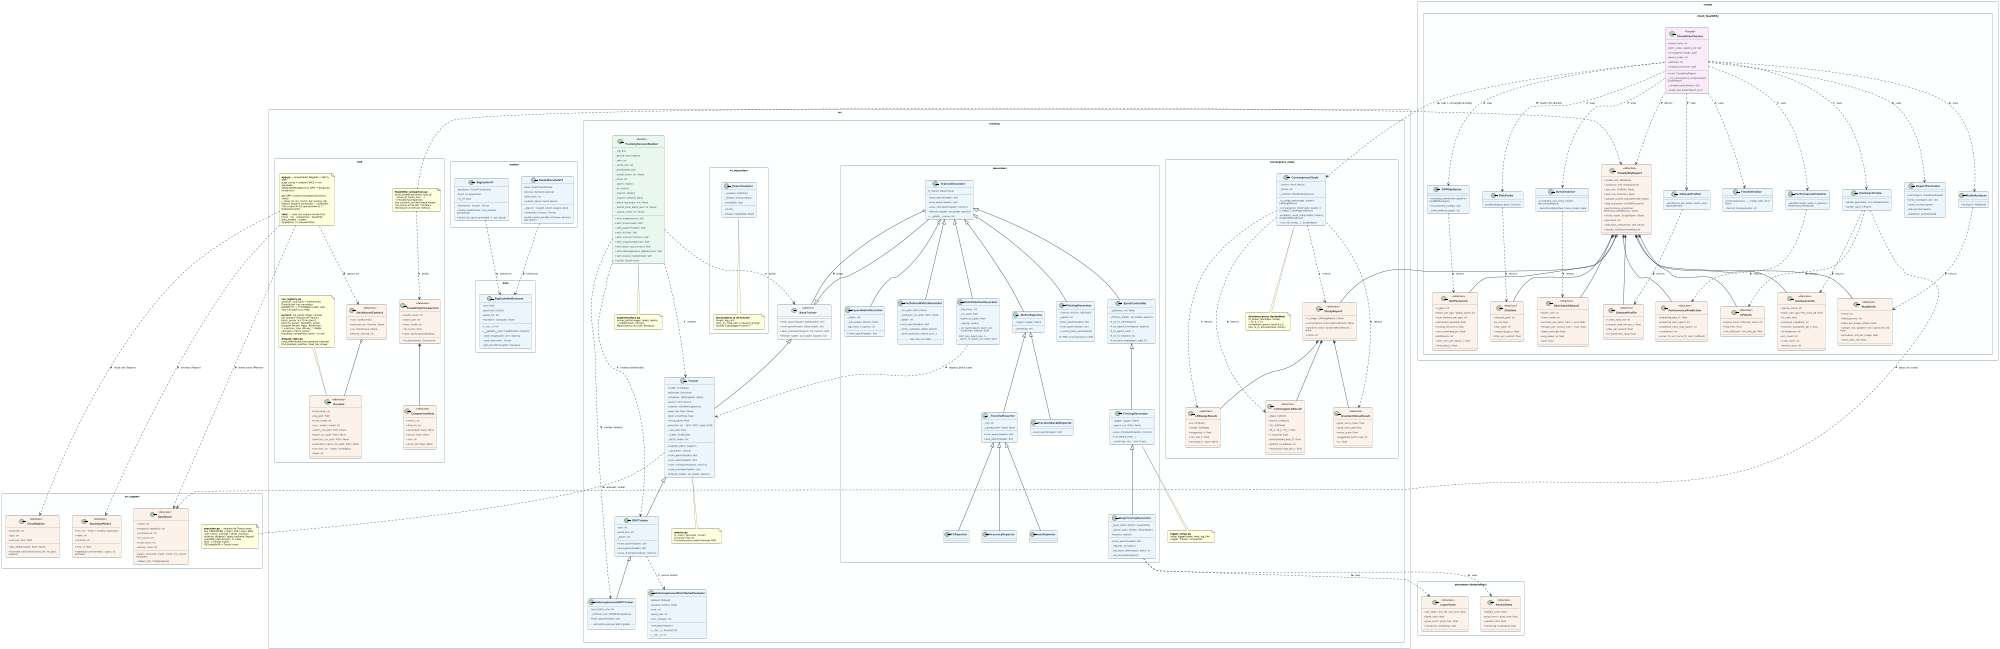
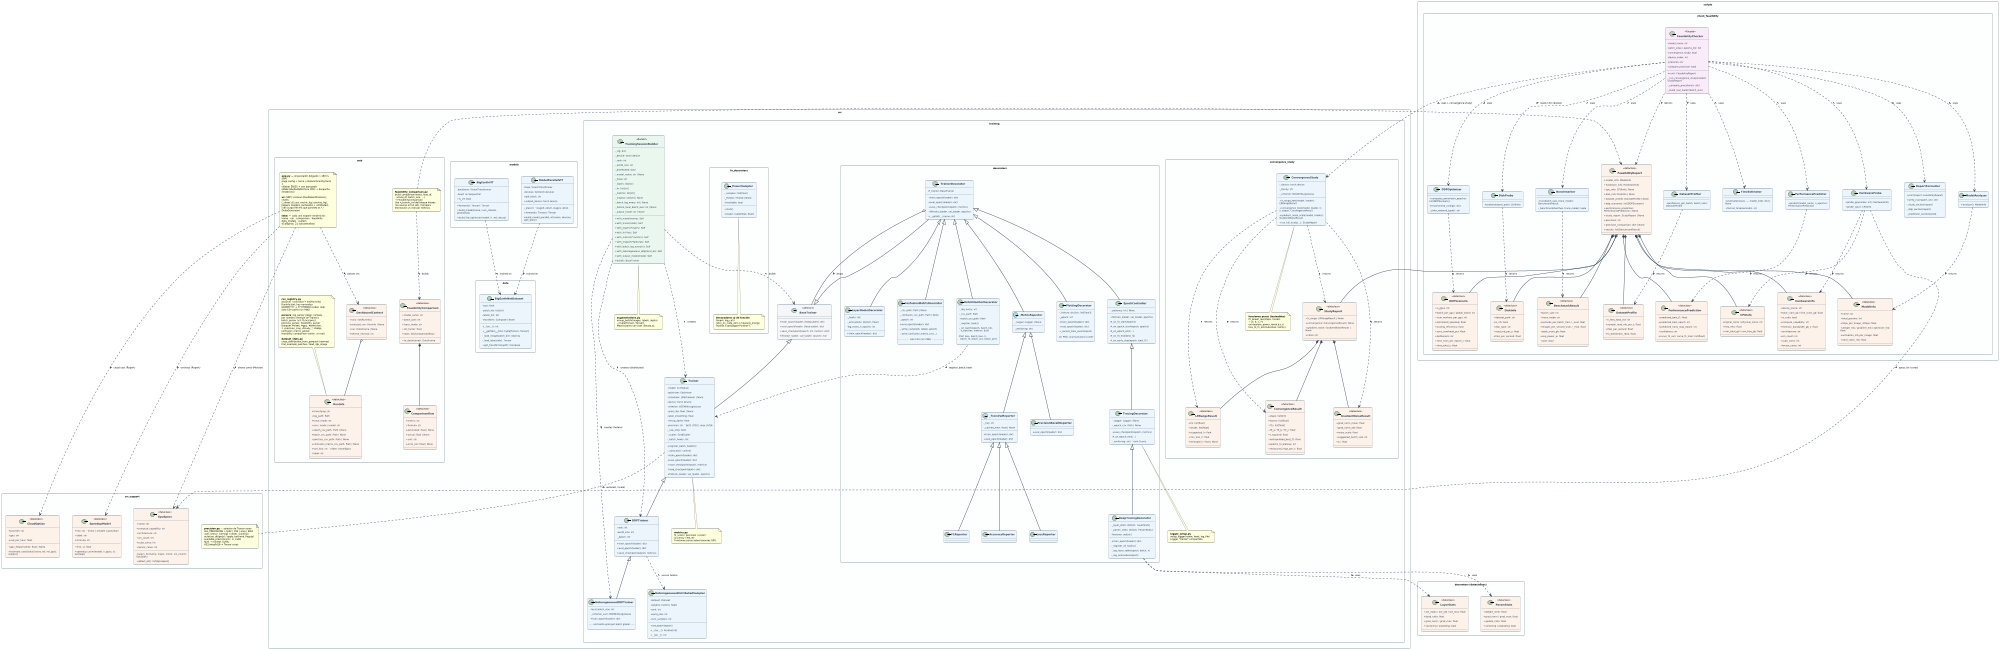
@startuml class_diagram
scale 2000 width
skinparam monochrome false
skinparam classAttributeIconSize 0
skinparam defaultFontName "DejaVu Sans"
skinparam defaultFontSize 9
skinparam classFontStyle bold
skinparam classFontSize 10
skinparam classHeaderBackgroundColor #1A5276
skinparam classBorderColor #2C3E50
skinparam classBackgroundColor #EBF5FB
skinparam arrowColor #2C3E50
skinparam arrowThickness 1.5
skinparam roundCorner 8
skinparam padding 4
skinparam nodesep 50
skinparam ranksep 55
skinparam wrapWidth 200
skinparam packageStyle rectangle
skinparam packageBorderColor #95A5A6
skinparam packageBackgroundColor #FDFEFE

' ════════════════════════════════════════════════════════════════
' PACKAGE: src.training
' ════════════════════════════════════════════════════════════════
package "src.training" #FDFEFE {

  abstract class BaseTrainer <<abstract>> {
    {abstract} + train_epoch(loader: DataLoader): dict
    {abstract} + eval_epoch(loader: DataLoader): dict
    {abstract} + save_checkpoint(epoch: int, metrics: dict)
    {abstract} + fit(train_loader, val_loader, epochs: int)
  }

  class Trainer {
    - model: nn.Module
    - optimizer: Optimizer
    - scheduler: LRScheduler | None
    - device: torch.device
    - criterion: BCEWithLogitsLoss
    - grad_clip: float | None
    - label_smoothing: float
    - mixup_alpha: float
    - precision: str  ' fp32 | tf32 | amp | bf16
    - _use_amp: bool
    - _scaler: GradScaler
    - _batch_hooks: list
    + register_batch_hook(fn)
    - _autocast(): context
    + train_epoch(loader): dict
    + eval_epoch(loader): dict
    + save_checkpoint(epoch, metrics)
    + load_checkpoint(path): dict
    + fit(train_loader, val_loader, epochs)
  }

  class DDPTrainer {
    - rank: int
    - world_size: int
    - _epoch: int
    ' precision reenviada a Trainer
    + train_epoch(loader): dict
    + eval_epoch(loader): dict
    + save_checkpoint(epoch, metrics)
  }

  class HeterogeneousDDPTrainer {
    - local_batch_size: int
    - _criterion_sum: BCEWithLogitsLoss
    + train_epoch(loader): dict
    .. normaliza grad por batch global ..
  }

  class TrainingSessionBuilder <<Builder>> {
    - _cfg: dict
    - _device: torch.device
    - _rank: int
    - _world_size: int
    - _distributed: bool
    - _model_name: str | None
    - _trace: str
    - _layers: list[str]
    - _fn: list[str]
    - _metrics: list[str]
    - _inspect: set[str] | None
    - _batch_log_every: int | None
    - _hetero_local_batch_size: int | None
    - _output_mode: str | None
    + with_model(name): Self
    + with_trace(mode): Self
    + with_layers(*layers): Self
    + with_fn(*fns): Self
    + with_metrics(*metrics): Self
    + with_inspect(*features): Self
    + with_batch_log_every(n): Self
    + with_heterogeneous_ddp(local_bs): Self
    + with_output_mode(mode): Self
    + build(): BaseTrainer
  }

  class HeterogeneousDistributedSampler {
    - dataset: Dataset
    - weights: list[int | float]
    - rank: int
    - world_size: int
    - num_samples: int
    + set_epoch(epoch)
    + __iter__(): Iterator[int]
    + __len__(): int
  }

  note as aug_note
    **augmentations.py**
    mixup_batch(images, labels, alpha)
    → tuple[Tensor, Tensor]
    Mezcla pares con coef. Beta(α,α).
  end note

  note as metrics_note
    **metrics.py**
    f1_score / precision / recall /
    accuracy / eta_str
    Funciones puras sobre tensores GPU.
  end note

  note as logger_note
    **logger_setup.py**
    setup_logger(name, level, log_file)
    Logger "trainer" compartido.
  end note

}

' ════════════════════════════════════════════════════════════════
' PACKAGE: src.training.convergence_study  (estudio empírico v4)
' ════════════════════════════════════════════════════════════════
package "src.training.convergence_study" #FDFEFE {

  class ConvergenceStudy {
    - _device: torch.device
    - _family: str
    - _criterion: BCEWithLogitsLoss
    + lr_range_test(model, loader): LRRangeResult
    + convergence_test(model, loader, lr, n_steps): ConvergenceResult
    + gradient_noise_scale(model, loader): GradientNoiseResult
    + run_full_study(...): StudyReport
  }

  class LRRangeResult <<dataclass>> {
    + lrs: list[float]
    + losses: list[float]
    + suggested_lr: float
    + min_loss_lr: float
    + diverged_lr: float | None
  }

  class ConvergenceResult <<dataclass>> {
    + steps: list[int]
    + losses: list[float]
    + f1s: list[float]
    + fit_a / fit_b / fit_c: float
    + r_squared: float
    + extrapolated_best_f1: float
    + epochs_to_plateau: int
    + measured_imgs_per_s: float
  }

  class GradientNoiseResult <<dataclass>> {
    + grad_norm_mean: float
    + grad_norm_std: float
    + noise_scale: float
    + suggested_batch_size: int
    + cv: float
  }

  class StudyReport <<dataclass>> {
    + lr_range: LRRangeResult | None
    + convergence: ConvergenceResult | None
    + gradient_noise: GradientNoiseResult | None
    + notes: str
  }

  note as fit_note
    **funciones puras (testeables)**
    fit_power_law(steps, losses)
    → (a, b, c, r²)
    extrapolate_power_law(a,b,c,t)
    loss_to_f1_estimate(loss, family)
  end note

}

' ════════════════════════════════════════════════════════════════
' PACKAGE: src.training.decorators
' ════════════════════════════════════════════════════════════════
package "src.training.decorators" #FDFEFE {

  class TrainerDecorator {
    # _trainer: BaseTrainer
    + train_epoch(loader): dict
    + eval_epoch(loader): dict
    + save_checkpoint(epoch, metrics)
    + fit(train_loader, val_loader, epochs)
    + __getattr__(name: str)
  }

  class EpochController {
    - _patience: int | None
    + fit(train_loader, val_loader, epochs)
    # _on_fit_start(epochs)
    # _on_epoch_start(epoch, epochs)
    # _on_epoch_end(...)
    # _on_fit_end(best_f1)
    # _on_early_stop(epoch, best_f1)
  }

  class TracingDecorator {
    - _logger: Logger | None
    - _epoch_csv: Path | None
    + save_checkpoint(epoch, metrics)
    # _on_epoch_end(...)
    - _emit(msg: str)  ' rank 0 only
  }

  class DeepTracingDecorator {
    - _layer_stats: dict[str, LayerStats]
    - _param_stats: dict[str, ParamStats]
    - features: set[str]
    + train_epoch(loader): dict
    - _register_all_hooks()
    - _log_layer_table(epoch, batch, n)
    - _log_anomalies(epoch)
  }

  class PlottingDecorator {
    - _history: dict[str, list[float]]
    - _epoch: int
    + train_epoch(loader): dict
    + eval_epoch(loader): dict
    + _record_train_result(result)
    .. sin PNG: acumula para la web ..
  }

  class LayerHooksDecorator {
    - _hooks: list
    - _activations: dict[str, float]
    - log_every_n_epochs: int
    + train_epoch(loader): dict
  }

  class ConfusionMatrixDecorator {
    - _csv_path: Path | None
    - _confusion_csv_path: Path | None
    - _epoch: int
    + eval_epoch(loader): dict
    - _write_csv(preds, labels, epoch)
    - _write_confusion_matrix_csv(...)
    .. solo CSV (sin PNG) ..
  }

  class BatchMonitorDecorator {
    - _log_every: int
    - _csv_path: Path
    + batch_csv_path: Path
    - _register_hook()
    - _on_batch(epoch, batch_idx,\n  n_batches, metrics: dict)
    .. CSV: loss, batch_loss, lr,\n  batch_f1, batch_acc, batch_prec ..
  }

  abstract class _MetricReporter {
    - _logger: Logger | None
    - _emit(msg: str)
  }

  abstract class _TrainValReporter {
    - _key: str
    - _cached_train: float | None
    + train_epoch(loader): dict
    + eval_epoch(loader): dict
  }

  class LossReporter
  class F1Reporter
  class AccuracyReporter
  class PrecisionRecallReporter {
    + eval_epoch(loader): dict
  }

}

' ════════════════════════════════════════════════════════════════
' PACKAGE: src.training.decorators — dataclasses internas
' ════════════════════════════════════════════════════════════════
package "decorators (dataclasses)" #FDFEFE {

  class LayerStats <<dataclass>> {
    + act_mean / act_std / act_max: float
    + dead_ratio: float
    + grad_norm / grad_max: float
    + vanishing / exploding: bool
  }

  class ParamStats <<dataclass>> {
    + weight_norm: float
    + grad_norm / grad_max: float
    + update_ratio: float
    + vanishing / exploding: bool
  }

}

' ════════════════════════════════════════════════════════════════
' PACKAGE: src.training.fn_decorators
' ════════════════════════════════════════════════════════════════
package "src.training.fn_decorators" #FDFEFE {

  class _PowerSampler {
    - _samples: list[float]
    - _thread: Thread | None
    + available: bool
    + start()
    + stop(): tuple[float, float]
  }

  note as fn_note
    **Decoradores @ de función**
    timed / log_call /
    retry_on_cuda_oom / measure_energy
    Rutean a getLogger("trainer").
  end note

  _PowerSampler .. fn_note

}

' ════════════════════════════════════════════════════════════════
' PACKAGE: src.models / src.data
' ════════════════════════════════════════════════════════════════
package "src.models" #FDFEFE {
  class BigEarthViT {
    - backbone: VisionTransformer
    - head: nn.Sequential
    + is_vit: bool
    + forward(x: Tensor): Tensor
    + build_model(name, num_classes, pretrained)
    + build_llrd_optimizer(model, lr, wd, decay)
  }

  class ModelParallelViT {
    ' paralelismo de modelo (pipeline naive)
    - base: VisionTransformer
    - devices: list[torch.device]
    - split_block: int
    + output_device: torch.device
    - _place()  ' stage0→dev0, stage1→dev1
    + forward(x: Tensor): Tensor
    + build_model_parallel_vit(name, devices, split_block)
  }
}

' ════════════════════════════════════════════════════════════════
' PACKAGE: src (módulos de soporte — feasibility/web)
' ════════════════════════════════════════════════════════════════
package "src.support" as support #FDFEFE {

  class GpuSpecs <<dataclass>> {
    + name: str
    + compute_capability: str
    + architecture: str
    + sm_count: int
    + cuda_cores: int
    + tensor_cores: int
    + specs_for(name, major, minor, sm_count): GpuSpecs
    + detect_all(): list[GpuSpecs]
  }

  class SpeedupModel <<dataclass>> {
    + key: str  ' linear | amdahl | gustafson
    + label: str
    + formula: str
    + fn(n, s): float
    + speedup_curve(model, n_gpus, s): list[float]
  }

  class CloudOption <<dataclass>> {
    + provider: str
    + gpu: str
    + usd_per_hour: float
    + gpu_tflops(name): float | None
    + estimate_costs(total_hours_ref, ref_gpu): list[dict]
  }

  note as precision_note
    **precision.py** — selector de Tensor cores
    ALL_PRECISIONS = fp32 | tf32 | amp | bf16
    uses_tensor_cores(p) / needs_scaler(p)
    autocast_dtype(p) / apply_backend_flags(p)
    available_precisions(cc, is_cuda)
    fp32 → núcleos CUDA;
    tf32/amp/bf16 → Tensor cores
  end note
}

package "src.data" #FDFEFE {
  class BigEarthNetDataset {
    - root: Path
    - patch_ids: list[str]
    - labels_list: list
    - transform: Compose | None
    + __len__(): int
    + __getitem__(idx): tuple[Tensor, Tensor]
    - _load_image(patch_dir): ndarray
    - _load_labels(idx): Tensor
    + get_transforms(split): Compose
  }
}

' ════════════════════════════════════════════════════════════════
' PACKAGE: scripts.check_feasibility (v4)
' ════════════════════════════════════════════════════════════════
package "scripts.check_feasibility" #FDFEFE {

  class ModelInfo <<dataclass>> {
    + name: str
    + total_params: int
    + flops_per_image_mflops: float
    + weight_mb / gradient_mb / optimizer_mb: float
    + activation_mb_per_image: float
    + total_static_mb: float
  }

  class HardwareInfo <<dataclass>> {
    + device_name: str
    + total_vram_gb / free_vram_gb: float
    + is_cuda: bool
    + compute_capability: str
    + memory_bandwidth_gb_s: float
    + architecture: str
    + sm_count: int
    + cuda_cores: int
    + tensor_cores: int
  }

  class CPUInfo <<dataclass>> {
    + logical_cores / physical_cores: int
    + freq_mhz: float
    + ram_total_gb / ram_free_gb: float
  }

  class DiskInfo <<dataclass>> {
    + dataset_path: str
    + is_nfs: bool
    + disk_type: str
    + read_mb_per_s: float
    + files_per_second: float
  }

  class DatasetProfile <<dataclass>> {
    + n_files_total_est: int
    + sample_read_mb_per_s: float
    + files_per_second: float
    + io_bottleneck_ratio: float
  }

  class DDPScenario <<dataclass>> {
    + n_gpus: int
    + batch_per_gpu / global_batch: int
    + num_workers_per_gpu: int
    + estimated_speedup: float
    + scaling_efficiency: float
    + sync_overhead_pct: float
    + bottleneck: str
    + time_train_per_epoch_s: float
    + time_total_s: float
  }

  class PerformancePrediction <<dataclass>> {
    + predicted_best_f1: float
    + predicted_best_epoch: int
    + predicted_early_stop_epoch: int
    + confidence: str
    + curve_f1_val / curve_f1_train: list[float]
  }

  class BenchmarkResult <<dataclass>> {
    + batch_size: int
    + trace_mode: str
    + seconds_per_batch_train / _eval: float
    + images_per_second_train / _eval: float
    + peak_vram_gb: float
    + avg_power_w: float
    + oom: bool
  }

  class FeasibilityReport <<dataclass>> {
    + model_info: ModelInfo
    + hardware_info: HardwareInfo
    + cpu_info: CPUInfo | None
    + disk_info: DiskInfo | None
    + dataset_profile: DatasetProfile | None
    + ddp_scenarios: list[DDPScenario]
    + performance_prediction: PerformancePrediction | None
    + study_report: StudyReport | None
    + precision: str
    + precision_comparison: dict | None
    + results: list[BenchmarkResult]
  }

  class ModelAnalyzer {
    + analyze(): ModelInfo
  }
  class HardwareProbe {
    + probe_gpu(index: int): HardwareInfo
    + probe_cpu(): CPUInfo
  }
  class DiskProbe {
    + probe(dataset_path): DiskInfo
  }
  class DatasetProfiler {
    + profile(sec_per_batch, batch_size): DatasetProfile
  }
  class Benchmarker {
    + run(batch_size, trace_mode): BenchmarkResult
    - _benchmark(batches, trace_mode): tuple
  }
  class TimeEstimator {
    + estimate(result, ..., model_info): dict | None
    + format_time(seconds): str
  }
  class DDPOptimizer {
    + compute_scenarios(n_epochs): list[DDPScenario]
    + recommend_config(): dict
    - _infer_network_type(): str
  }
  class PerformancePredictor {
    + predict(model_name, n_epochs): PerformancePrediction
  }
  class ReportFormatter {
    + print(report: FeasibilityReport)
    + write_csv(report, env: str)
    - _study_section(report)
    - _ddp_section(report)
    - _prediction_section(pred)
  }
  class FeasibilityChecker <<Facade>> {
    - model_name: str
    - batch_sizes / epochs_list: list
    - convergence_study: bool
    - device_index: int
    - precision: str
    - compare_precision: bool
    + run(): FeasibilityReport
    - _run_convergence_study(model): StudyReport
    - _compare_precisions(): dict
    - _build_real_loader(batch_size)
  }

}

' ════════════════════════════════════════════════════════════════
' PACKAGE: src.web
' ════════════════════════════════════════════════════════════════
package "src.web" #FDFEFE {

  class RunInfo <<dataclass>> {
    + timestamp: str
    + log_path: Path
    + trace_mode: str
    + env / mode / model: str
    + epoch_csv_path: Path | None
    + batch_csv_path: Path | None
    + perclass_csv_path: Path | None
    + confusion_matrix_csv_path: Path | None
    + sort_key: str  ' orden cronológico
    + label: str
  }

  class FeasibilityComparison <<dataclass>> {
    + model_name: str
    + batch_size: int
    + trace_mode: str
    + nfs_factor: float
    + rows: list[ComparisonRow]
    + to_dataframe(): DataFrame
  }

  class ComparisonRow <<dataclass>> {
    + metric: str
    + formula: str
    + estimated: float | None
    + actual: float | None
    + unit: str
    + error_pct: float | None
  }

  note as cmp_note
    **feasibility_comparison.py**
    build_comparison(meta, feas_df,
      actual_df, batch_size, ...)
    → FeasibilityComparison
    Usa n_train/n_val del bloque #sizes
    (no asume el full set). Compara
    estimación vs real por métrica.
  end note

  class DashboardContext <<dataclass>> {
    ' src.web.ui.context — estado compartido (ctx)
    + runs: list[RunInfo]
    + selected_run: RunInfo | None
    + run: DataFrame | None
    + refresh_interval: int
  }

  note as web_note
    **run_registry.py**
    discover_runs(root) → list[RunInfo]
    RunInfo.sort_key normaliza
    DDMMYYYY → YYYYMMDD (orden real).
    Solo CSV paths (sin PNG).

    **parsers**: log_parser (deep: campos
    por nombre; energía \w*Trainer),
    batch_parser (v3: f1/acc/prec),
    perclass_parser, feasibility_parser
    (bloques #sizes, #gpu, #precision,
    #precision_cmp, #study_*, #ddp),
    confusion_matrix_parser,
    feasibility_comparison (estim. vs real)

    **dataset_stats.py**
    class_distribution_from_parquet (ndarray)
    find_example_patches / load_rgb_image
  end note

  note as web_arch_note
-     **app.py** — orquestador delgado (~160 ln, SRP)
-     page config + sidebar EN/ES + nav agrupada
+     **app.py** — orquestador delgado (~180 ln, SRP)
+     page config + tema (.streamlit/config.toml) +
+     sidebar EN/ES + nav agrupada
    (ANALYZE/PLAN/DATA & OPS) → despacha render(ctx)

    **ui/** (SRP): context (DashboardContext),
    charts (_show/_dl_csv/_metric_fig/_overlay_fig),
    helpers (loaders cacheados + utilidades),
    i18n (capa EN→ES que parchea st.* / DeltaGenerator)

    **tabs/** — cada uno expone render(ctx):
    home · run · comparison · feasibility ·
    data_models · system
    (6 páginas, 21 sub-pestañas)
  end note

}

' ════════════════════════════════════════════════════════════════
' RELACIONES DE HERENCIA
' ════════════════════════════════════════════════════════════════

BaseTrainer <|-- Trainer
Trainer <|-- DDPTrainer
DDPTrainer <|-- HeterogeneousDDPTrainer
BaseTrainer <|-- TrainerDecorator

TrainerDecorator <|-- EpochController
TrainerDecorator <|-- PlottingDecorator
TrainerDecorator <|-- LayerHooksDecorator
TrainerDecorator <|-- ConfusionMatrixDecorator
TrainerDecorator <|-- BatchMonitorDecorator
TrainerDecorator <|-- _MetricReporter

EpochController <|-- TracingDecorator
TracingDecorator <|-- DeepTracingDecorator

_MetricReporter <|-- _TrainValReporter
_MetricReporter <|-- PrecisionRecallReporter
_TrainValReporter <|-- LossReporter
_TrainValReporter <|-- F1Reporter
_TrainValReporter <|-- AccuracyReporter

' ════════════════════════════════════════════════════════════════
' RELACIONES DE COMPOSICIÓN / DEPENDENCIA
' ════════════════════════════════════════════════════════════════

TrainerDecorator o-- BaseTrainer : wraps >

TrainingSessionBuilder ..> BaseTrainer : builds >
TrainingSessionBuilder ..> Trainer : creates >
TrainingSessionBuilder ..> DDPTrainer : creates (distributed) >
TrainingSessionBuilder ..> HeterogeneousDDPTrainer : creates (hetero) >
TrainingSessionBuilder ..> aug_note : uses >

DDPTrainer ..> HeterogeneousDistributedSampler : usa en hetero >

DeepTracingDecorator ..> LayerStats : uses >
DeepTracingDecorator ..> ParamStats : uses >
BatchMonitorDecorator ..> Trainer : register_batch_hook >

ConvergenceStudy ..> LRRangeResult : returns >
ConvergenceStudy ..> ConvergenceResult : returns >
ConvergenceStudy ..> GradientNoiseResult : returns >
ConvergenceStudy ..> StudyReport : returns >
ConvergenceStudy .. fit_note
StudyReport *-- LRRangeResult
StudyReport *-- ConvergenceResult
StudyReport *-- GradientNoiseResult

FeasibilityChecker ..> ModelAnalyzer : uses >
FeasibilityChecker ..> HardwareProbe : uses >
FeasibilityChecker ..> DiskProbe : uses >
FeasibilityChecker ..> DatasetProfiler : uses >
FeasibilityChecker ..> Benchmarker : uses >
FeasibilityChecker ..> TimeEstimator : uses >
FeasibilityChecker ..> DDPOptimizer : uses >
FeasibilityChecker ..> PerformancePredictor : uses >
FeasibilityChecker ..> ReportFormatter : uses >
FeasibilityChecker ..> ConvergenceStudy : uses (--convergence-study) >

ModelAnalyzer ..> ModelInfo : returns >
HardwareProbe ..> HardwareInfo : returns >
HardwareProbe ..> GpuSpecs : specs_for (cores) >
HardwareProbe ..> CPUInfo : returns >
DiskProbe ..> DiskInfo : returns >
DatasetProfiler ..> DatasetProfile : returns >
Benchmarker ..> BenchmarkResult : returns >
DDPOptimizer ..> DDPScenario : returns >
PerformancePredictor ..> PerformancePrediction : returns >
FeasibilityChecker ..> FeasibilityReport : returns >

FeasibilityReport *-- ModelInfo
FeasibilityReport *-- HardwareInfo
FeasibilityReport *-- CPUInfo
FeasibilityReport *-- DiskInfo
FeasibilityReport *-- DatasetProfile
FeasibilityReport *-- DDPScenario
FeasibilityReport *-- PerformancePrediction
FeasibilityReport *-- BenchmarkResult
FeasibilityReport o-- StudyReport

BigEarthViT ..> BigEarthNetDataset : trained on >
ModelParallelViT ..> BigEarthNetDataset : trained on >

Trainer ..> metrics_note : uses >
Trainer ..> precision_note : autocast / scaler >
TracingDecorator ..> logger_note : uses >
web_note ..> RunInfo : creates >

' ── web modular (SRP): orquestador + ui/ + tabs/ ──
web_arch_note ..> DashboardContext : passes ctx >
DashboardContext o-- RunInfo
web_arch_note ..> SpeedupModel : overlays (Report) >
web_arch_note ..> CloudOption : cloud cost (Report) >
web_arch_note ..> GpuSpecs : shows cores (Monitor) >

FeasibilityComparison *-- ComparisonRow
cmp_note ..> FeasibilityComparison : builds >
cmp_note ..> FeasibilityReport : reads CSV (#sizes) >

' ════════════════════════════════════════════════════════════════
' ESTILOS POR TIPO
' ════════════════════════════════════════════════════════════════

skinparam class {
  HeaderBackgroundColor #1A5276
  BackgroundColor #EBF5FB
  BorderColor #2C3E50
  FontColor #FFFFFF
  AttributeFontColor #2C3E50
}

skinparam class<<abstract>> {
  HeaderBackgroundColor #1B2631
  BackgroundColor #F4F6F7
}

skinparam class<<dataclass>> {
  HeaderBackgroundColor #6E2F04
  BackgroundColor #FDF2E9
}

skinparam class<<Facade>> {
  HeaderBackgroundColor #512E5F
  BackgroundColor #F9EBF8
}

skinparam class<<Builder>> {
  HeaderBackgroundColor #145A32
  BackgroundColor #E9F7EF
}

@enduml
